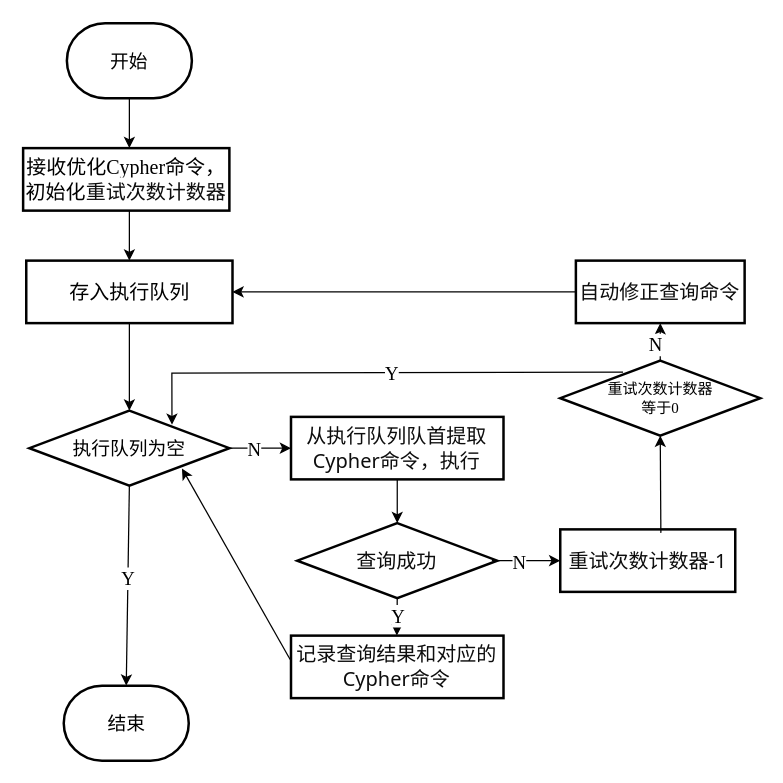
sjgcsf/software_engineering keeps this draw.io diagram as 智能问答系统中的查询处理和错误处理策略.drawio. Above is the earlier version. Source tidied: cells renumbered, new cells numbered last; positions are measured from the earlier drawing's top-left corner, leaving out a move shared by most shapes. Both pictures are drawn from the tidied source at 125%, with x=0, y=0 at pixel (22, 22).
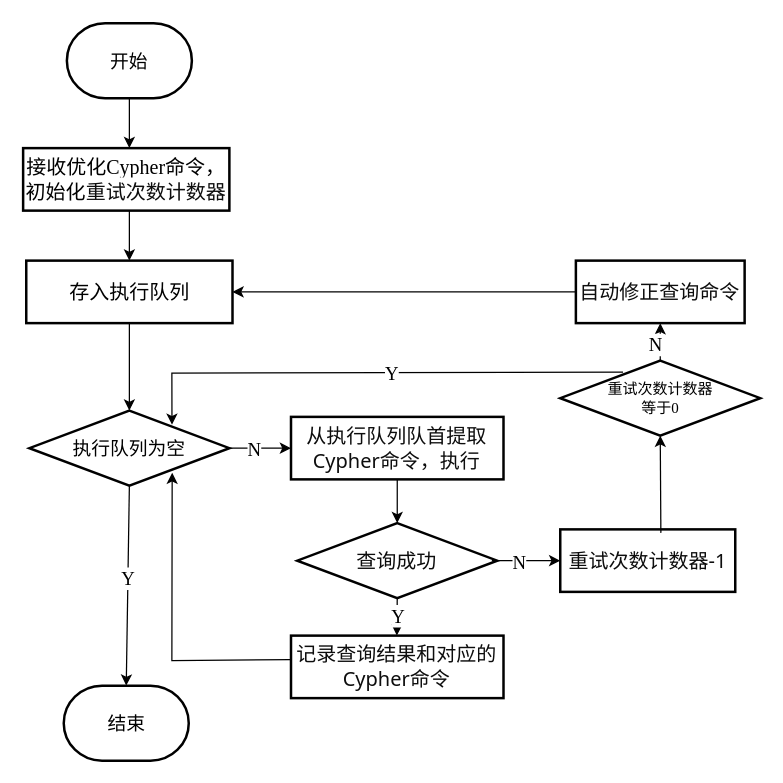
The same diagram, later.

Commit message:
更新智能问答系统中的查询处理和错误处理策略.drawio

The change refers to these unchanged cells:
```xml
<mxCell id="4" value="&lt;font face=&quot;Times New Roman&quot; style=&quot;font-size: 15px;&quot;&gt;执行队列为空&lt;/font&gt;" style="strokeWidth=2;html=1;shape=mxgraph.flowchart.decision;whiteSpace=wrap;strokeColor=default;align=center;verticalAlign=middle;fontFamily=Helvetica;fontSize=12;fontColor=default;fillColor=default;" parent="1" vertex="1">
  <mxGeometry x="5" y="310" width="160" height="60" as="geometry" />
</mxCell>
<mxCell id="18" value="&lt;div style=&quot;&quot;&gt;&lt;span style=&quot;color: rgb(13, 13, 13); font-family: Söhne, ui-sans-serif, system-ui, -apple-system, &amp;quot;Segoe UI&amp;quot;, Roboto, Ubuntu, Cantarell, &amp;quot;Noto Sans&amp;quot;, sans-serif, &amp;quot;Helvetica Neue&amp;quot;, Arial, &amp;quot;Apple Color Emoji&amp;quot;, &amp;quot;Segoe UI Emoji&amp;quot;, &amp;quot;Segoe UI Symbol&amp;quot;, &amp;quot;Noto Color Emoji&amp;quot;; font-size: 16px; white-space-collapse: preserve; background-color: initial;&quot;&gt;记录&lt;/span&gt;&lt;span style=&quot;color: rgb(13, 13, 13); font-family: Söhne, ui-sans-serif, system-ui, -apple-system, &amp;quot;Segoe UI&amp;quot;, Roboto, Ubuntu, Cantarell, &amp;quot;Noto Sans&amp;quot;, sans-serif, &amp;quot;Helvetica Neue&amp;quot;, Arial, &amp;quot;Apple Color Emoji&amp;quot;, &amp;quot;Segoe UI Emoji&amp;quot;, &amp;quot;Segoe UI Symbol&amp;quot;, &amp;quot;Noto Color Emoji&amp;quot;; background-color: initial; font-size: 16px; white-space-collapse: preserve;&quot;&gt;查询结果和对应的Cypher命令&lt;/span&gt;&lt;/div&gt;" style="rounded=0;whiteSpace=wrap;html=1;strokeColor=default;strokeWidth=2;align=center;verticalAlign=middle;fontFamily=Helvetica;fontSize=12;fontColor=default;fillColor=default;" parent="1" vertex="1">
  <mxGeometry x="214.3" y="490" width="170" height="50" as="geometry" />
</mxCell>
```

What changed in the source:
```diff
@@
-    <mxCell id="28" style="endArrow=classic;html=1;rounded=0;exitX=-0.004;exitY=0.382;exitDx=0;exitDy=0;exitPerimeter=0;entryX=0.763;entryY=0.771;entryDx=0;entryDy=0;entryPerimeter=0;" parent="1" edge="1" source="18" target="4">
-      <mxGeometry relative="1" as="geometry" />
+    <mxCell id="28" style="endArrow=classic;html=1;rounded=0;exitX=-0.004;exitY=0.382;exitDx=0;exitDy=0;exitPerimeter=0;entryX=0.714;entryY=0.828;entryDx=0;entryDy=0;entryPerimeter=0;" parent="1" edge="1" source="18" target="4">
+      <mxGeometry relative="1" as="geometry">
+        <Array as="points">
+          <mxPoint x="119" y="510" />
+        </Array>
+      </mxGeometry>
     </mxCell>
```
